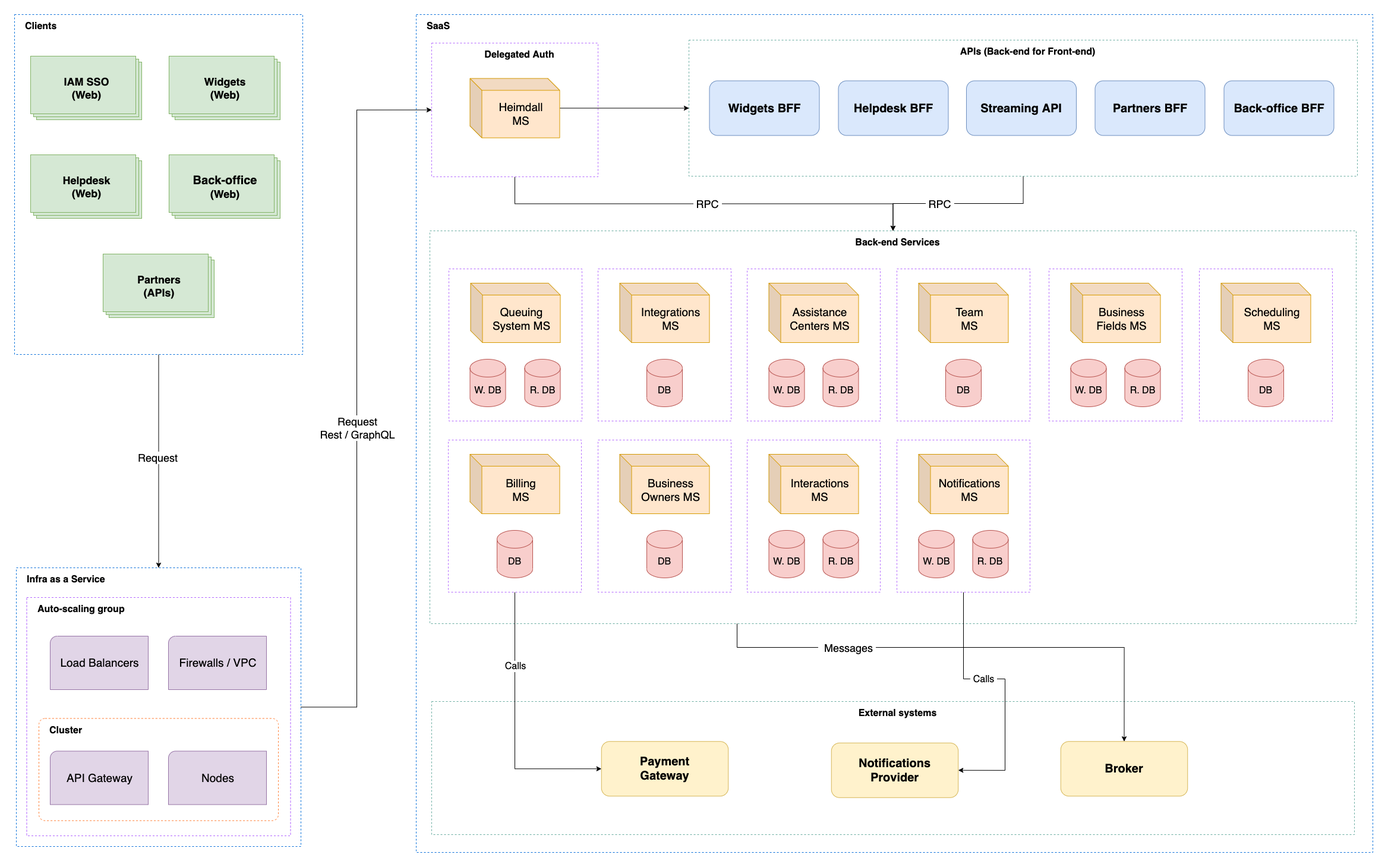
The draw.io diagram docs/diagrams/high-level-architecture.png in turnly/turnly, before a commit. Source tidied: cells renumbered, new cells last; positions are measured from the earlier drawing's top-left corner, leaving out a move shared by most shapes.
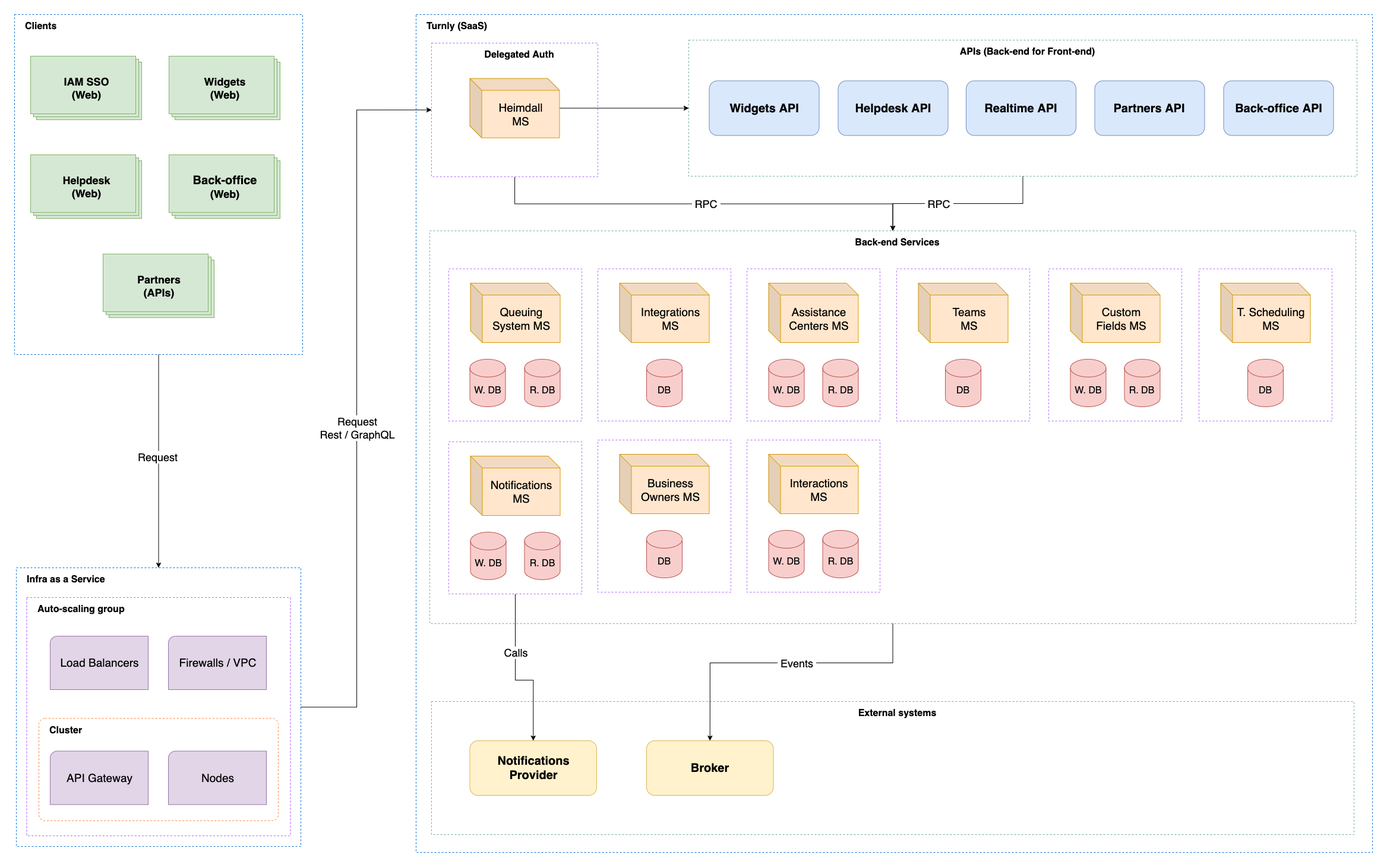
The same diagram one commit later.

Commit message:
docs: update architecture diagram

Change to the diagram source:
```diff
@@ -47,7 +47,7 @@
     <mxCell id="16" value="API Gateway" style="verticalLabelPosition=middle;verticalAlign=middle;html=1;shape=mxgraph.basic.corner_round_rect;dx=6;rounded=0;shadow=0;glass=0;sketch=0;fontSize=19;fillColor=#e1d5e7;strokeColor=#9673a6;labelPosition=center;align=center;" parent="1" vertex="1">
       <mxGeometry x="60" y="1239.5" width="165" height="90" as="geometry" />
     </mxCell>
-    <mxCell id="17" value="SaaS" style="rounded=0;arcSize=6;whiteSpace=wrap;html=1;align=left;fontSize=16;verticalAlign=top;spacingLeft=16;fontStyle=1;strokeColor=#006CD9;dashed=1;spacingTop=4;" parent="1" vertex="1">
+    <mxCell id="17" value="Turnly (SaaS)" style="rounded=0;arcSize=6;whiteSpace=wrap;html=1;align=left;fontSize=16;verticalAlign=top;spacingLeft=16;fontStyle=1;strokeColor=#006CD9;dashed=1;spacingTop=4;" parent="1" vertex="1">
       <mxGeometry x="676" width="1610" height="1410" as="geometry" />
     </mxCell>
     <mxCell id="18" value="Back-end Services" style="rounded=0;arcSize=11;whiteSpace=wrap;html=1;align=center;fontSize=16;verticalAlign=top;spacingLeft=16;fontStyle=1;dashed=1;spacingTop=4;strokeColor=#67AB9F;" parent="1" vertex="1">
@@ -64,16 +64,16 @@
     <mxCell id="21" value="APIs (Back-end for Front-end)" style="rounded=0;arcSize=11;whiteSpace=wrap;html=1;align=center;fontSize=16;verticalAlign=top;spacingLeft=16;fontStyle=1;dashed=1;spacingTop=4;strokeColor=#67AB9F;" parent="1" vertex="1">
       <mxGeometry x="1135" y="43" width="1125" height="229" as="geometry" />
     </mxCell>
-    <mxCell id="22" value="Widgets BFF" style="rounded=1;whiteSpace=wrap;html=1;shadow=0;glass=0;sketch=0;fillColor=#dae8fc;strokeColor=#6c8ebf;fontSize=20;fontStyle=1;spacingTop=0;" parent="1" vertex="1">
+    <mxCell id="22" value="Widgets API" style="rounded=1;whiteSpace=wrap;html=1;shadow=0;glass=0;sketch=0;fillColor=#dae8fc;strokeColor=#6c8ebf;fontSize=20;fontStyle=1;spacingTop=0;" parent="1" vertex="1">
       <mxGeometry x="1169.5" y="111.5" width="185" height="92" as="geometry" />
     </mxCell>
-    <mxCell id="23" value="Helpdesk BFF" style="rounded=1;whiteSpace=wrap;html=1;shadow=0;glass=0;sketch=0;fillColor=#dae8fc;strokeColor=#6c8ebf;fontSize=20;fontStyle=1;spacingTop=0;" parent="1" vertex="1">
+    <mxCell id="23" value="Helpdesk API" style="rounded=1;whiteSpace=wrap;html=1;shadow=0;glass=0;sketch=0;fillColor=#dae8fc;strokeColor=#6c8ebf;fontSize=20;fontStyle=1;spacingTop=0;" parent="1" vertex="1">
       <mxGeometry x="1386.5" y="111.5" width="185" height="92" as="geometry" />
     </mxCell>
-    <mxCell id="24" value="Streaming API" style="rounded=1;whiteSpace=wrap;html=1;shadow=0;glass=0;sketch=0;fillColor=#dae8fc;strokeColor=#6c8ebf;fontSize=20;fontStyle=1;spacingTop=0;" parent="1" vertex="1">
+    <mxCell id="24" value="Realtime API" style="rounded=1;whiteSpace=wrap;html=1;shadow=0;glass=0;sketch=0;fillColor=#dae8fc;strokeColor=#6c8ebf;fontSize=20;fontStyle=1;spacingTop=0;" parent="1" vertex="1">
       <mxGeometry x="1602" y="111.5" width="185" height="92" as="geometry" />
     </mxCell>
-    <mxCell id="25" value="Partners BFF" style="rounded=1;whiteSpace=wrap;html=1;shadow=0;glass=0;sketch=0;fillColor=#dae8fc;strokeColor=#6c8ebf;fontSize=20;fontStyle=1;spacingTop=0;" parent="1" vertex="1">
+    <mxCell id="25" value="Partners API" style="rounded=1;whiteSpace=wrap;html=1;shadow=0;glass=0;sketch=0;fillColor=#dae8fc;strokeColor=#6c8ebf;fontSize=20;fontStyle=1;spacingTop=0;" parent="1" vertex="1">
       <mxGeometry x="1818.5" y="111.5" width="185" height="92" as="geometry" />
     </mxCell>
     <mxCell id="26" value="External systems" style="rounded=0;arcSize=11;whiteSpace=wrap;html=1;align=center;fontSize=16;verticalAlign=top;spacingLeft=16;fontStyle=1;dashed=1;spacingTop=4;strokeColor=#67AB9F;" parent="1" vertex="1">
@@ -107,14 +107,11 @@
     <mxCell id="33" value="Request&lt;br&gt;Rest / GraphQL" style="edgeLabel;html=1;align=center;verticalAlign=middle;fontSize=18;" parent="32" vertex="1">
       <mxGeometry x="-0.08" relative="1" as="geometry" />
     </mxCell>
-    <mxCell id="34" value="Payment&lt;br&gt;Gateway" style="rounded=1;whiteSpace=wrap;html=1;shadow=0;glass=0;sketch=0;fillColor=#fff2cc;strokeColor=#d6b656;fontSize=20;fontStyle=1;spacingTop=0;" parent="1" vertex="1">
-      <mxGeometry x="987.8" y="1223.2" width="213.5" height="92" as="geometry" />
-    </mxCell>
     <mxCell id="35" value="Notifications&lt;br&gt;Provider" style="rounded=1;whiteSpace=wrap;html=1;shadow=0;glass=0;sketch=0;fillColor=#fff2cc;strokeColor=#d6b656;fontSize=20;fontStyle=1;spacingTop=0;" parent="1" vertex="1">
-      <mxGeometry x="1374.8" y="1225.8" width="213.5" height="92" as="geometry" />
+      <mxGeometry x="766.5" y="1222" width="213.5" height="92" as="geometry" />
     </mxCell>
     <mxCell id="36" value="Broker" style="rounded=1;whiteSpace=wrap;html=1;shadow=0;glass=0;sketch=0;fillColor=#fff2cc;strokeColor=#d6b656;fontSize=20;fontStyle=1;spacingTop=0;" parent="1" vertex="1">
-      <mxGeometry x="1760.8" y="1223.2" width="213.5" height="92" as="geometry" />
+      <mxGeometry x="1064" y="1222" width="213.5" height="92" as="geometry" />
     </mxCell>
     <mxCell id="37" style="rounded=0;arcSize=6;whiteSpace=wrap;html=1;align=left;fontSize=16;verticalAlign=top;spacingLeft=16;fontStyle=1;strokeColor=#B266FF;dashed=1;spacingTop=4;" parent="1" vertex="1">
       <mxGeometry x="731" y="428" width="224" height="256" as="geometry" />
@@ -128,14 +125,14 @@
     <mxCell id="40" style="edgeStyle=orthogonalEdgeStyle;rounded=0;jettySize=auto;html=1;entryX=0.5;entryY=0;entryDx=0;entryDy=0;fontSize=18;" parent="1" edge="1" source="18" target="36">
       <mxGeometry relative="1" as="geometry">
         <Array as="points">
-          <mxPoint x="1216" y="1065" />
-          <mxPoint x="1868" y="1065" />
+          <mxPoint x="1479" y="1091" />
+          <mxPoint x="1171" y="1091" />
         </Array>
       </mxGeometry>
     </mxCell>
-    <mxCell id="41" value="&amp;nbsp; Messages&amp;nbsp;" style="edgeLabel;html=1;align=center;verticalAlign=middle;fontSize=18;" parent="40" vertex="1">
+    <mxCell id="41" value="&amp;nbsp;Events&amp;nbsp;" style="edgeLabel;html=1;align=center;verticalAlign=middle;fontSize=18;" parent="40" vertex="1">
       <mxGeometry x="-0.05" relative="1" as="geometry">
-        <mxPoint x="-179" as="offset" />
+        <mxPoint x="10" as="offset" />
       </mxGeometry>
     </mxCell>
     <mxCell id="42" style="rounded=0;arcSize=6;whiteSpace=wrap;html=1;align=left;fontSize=16;verticalAlign=top;spacingLeft=16;fontStyle=1;strokeColor=#B266FF;dashed=1;spacingTop=4;" parent="1" vertex="1">
@@ -159,7 +156,7 @@
     <mxCell id="48" style="rounded=0;arcSize=6;whiteSpace=wrap;html=1;align=left;fontSize=16;verticalAlign=top;spacingLeft=16;fontStyle=1;strokeColor=#B266FF;dashed=1;spacingTop=4;" parent="1" vertex="1">
       <mxGeometry x="1485" y="428" width="224" height="256" as="geometry" />
     </mxCell>
-    <mxCell id="49" value="&lt;font style=&quot;font-size: 19px;&quot;&gt;Team&lt;br&gt;MS&lt;br&gt;&lt;/font&gt;" style="shape=cube;whiteSpace=wrap;html=1;boundedLbl=1;backgroundOutline=1;darkOpacity=0.05;darkOpacity2=0.1;fontSize=14;fillColor=#ffe6cc;strokeColor=#d79b00;" parent="1" vertex="1">
+    <mxCell id="49" value="&lt;font style=&quot;font-size: 19px;&quot;&gt;Teams&lt;br&gt;MS&lt;br&gt;&lt;/font&gt;" style="shape=cube;whiteSpace=wrap;html=1;boundedLbl=1;backgroundOutline=1;darkOpacity=0.05;darkOpacity2=0.1;fontSize=14;fillColor=#ffe6cc;strokeColor=#d79b00;" parent="1" vertex="1">
       <mxGeometry x="1521.5" y="452" width="151" height="100" as="geometry" />
     </mxCell>
     <mxCell id="50" value="DB" style="shape=cylinder3;whiteSpace=wrap;html=1;boundedLbl=1;backgroundOutline=1;size=15;rounded=0;fontSize=16;strokeColor=#b85450;fillColor=#f8cecc;" parent="1" vertex="1">
@@ -168,7 +165,7 @@
     <mxCell id="51" style="rounded=0;arcSize=6;whiteSpace=wrap;html=1;align=left;fontSize=16;verticalAlign=top;spacingLeft=16;fontStyle=1;strokeColor=#B266FF;dashed=1;spacingTop=4;" parent="1" vertex="1">
       <mxGeometry x="1741" y="428" width="224" height="256" as="geometry" />
     </mxCell>
-    <mxCell id="52" value="&lt;font style=&quot;font-size: 19px;&quot;&gt;Business&lt;br&gt;Fields MS&lt;br&gt;&lt;/font&gt;" style="shape=cube;whiteSpace=wrap;html=1;boundedLbl=1;backgroundOutline=1;darkOpacity=0.05;darkOpacity2=0.1;fontSize=14;fillColor=#ffe6cc;strokeColor=#d79b00;" parent="1" vertex="1">
+    <mxCell id="52" value="&lt;font style=&quot;font-size: 19px;&quot;&gt;Custom&lt;br&gt;Fields MS&lt;br&gt;&lt;/font&gt;" style="shape=cube;whiteSpace=wrap;html=1;boundedLbl=1;backgroundOutline=1;darkOpacity=0.05;darkOpacity2=0.1;fontSize=14;fillColor=#ffe6cc;strokeColor=#d79b00;" parent="1" vertex="1">
       <mxGeometry x="1777.5" y="452" width="151" height="100" as="geometry" />
     </mxCell>
     <mxCell id="53" value="W. DB" style="shape=cylinder3;whiteSpace=wrap;html=1;boundedLbl=1;backgroundOutline=1;size=15;rounded=0;fontSize=16;strokeColor=#b85450;fillColor=#f8cecc;" parent="1" vertex="1">
@@ -177,31 +174,12 @@
     <mxCell id="54" style="rounded=0;arcSize=6;whiteSpace=wrap;html=1;align=left;fontSize=16;verticalAlign=top;spacingLeft=16;fontStyle=1;strokeColor=#B266FF;dashed=1;spacingTop=4;" parent="1" vertex="1">
       <mxGeometry x="1994" y="428" width="224" height="256" as="geometry" />
     </mxCell>
-    <mxCell id="55" value="&lt;span style=&quot;font-size: 19px;&quot;&gt;Scheduling&lt;br&gt;MS&lt;/span&gt;" style="shape=cube;whiteSpace=wrap;html=1;boundedLbl=1;backgroundOutline=1;darkOpacity=0.05;darkOpacity2=0.1;fontSize=14;fillColor=#ffe6cc;strokeColor=#d79b00;" parent="1" vertex="1">
+    <mxCell id="55" value="&lt;span style=&quot;font-size: 19px;&quot;&gt;T. Scheduling&lt;br&gt;MS&lt;/span&gt;" style="shape=cube;whiteSpace=wrap;html=1;boundedLbl=1;backgroundOutline=1;darkOpacity=0.05;darkOpacity2=0.1;fontSize=14;fillColor=#ffe6cc;strokeColor=#d79b00;" parent="1" vertex="1">
       <mxGeometry x="2030.5" y="452" width="151" height="100" as="geometry" />
     </mxCell>
     <mxCell id="56" value="DB" style="shape=cylinder3;whiteSpace=wrap;html=1;boundedLbl=1;backgroundOutline=1;size=15;rounded=0;fontSize=16;strokeColor=#b85450;fillColor=#f8cecc;" parent="1" vertex="1">
       <mxGeometry x="2076" y="580" width="60" height="80" as="geometry" />
     </mxCell>
-    <mxCell id="57" style="edgeStyle=orthogonalEdgeStyle;rounded=0;jettySize=auto;html=1;entryX=0;entryY=0.5;entryDx=0;entryDy=0;fontSize=16;" parent="1" edge="1" source="59" target="34">
-      <mxGeometry relative="1" as="geometry">
-        <Array as="points">
-          <mxPoint x="842" y="1269" />
-        </Array>
-      </mxGeometry>
-    </mxCell>
-    <mxCell id="58" value="Calls" style="edgeLabel;html=1;align=center;verticalAlign=middle;fontSize=16;" parent="57" vertex="1">
-      <mxGeometry x="-0.44" relative="1" as="geometry" />
-    </mxCell>
-    <mxCell id="59" style="rounded=0;arcSize=6;whiteSpace=wrap;html=1;align=left;fontSize=16;verticalAlign=top;spacingLeft=16;fontStyle=1;strokeColor=#B266FF;dashed=1;spacingTop=4;" parent="1" vertex="1">
-      <mxGeometry x="730" y="716" width="224" height="256" as="geometry" />
-    </mxCell>
-    <mxCell id="60" value="&lt;span style=&quot;font-size: 19px;&quot;&gt;Billing&lt;br&gt;MS&lt;/span&gt;" style="shape=cube;whiteSpace=wrap;html=1;boundedLbl=1;backgroundOutline=1;darkOpacity=0.05;darkOpacity2=0.1;fontSize=14;fillColor=#ffe6cc;strokeColor=#d79b00;" parent="1" vertex="1">
-      <mxGeometry x="766.5" y="740" width="151" height="100" as="geometry" />
-    </mxCell>
-    <mxCell id="61" value="DB" style="shape=cylinder3;whiteSpace=wrap;html=1;boundedLbl=1;backgroundOutline=1;size=15;rounded=0;fontSize=16;strokeColor=#b85450;fillColor=#f8cecc;" parent="1" vertex="1">
-      <mxGeometry x="812" y="868" width="60" height="80" as="geometry" />
-    </mxCell>
     <mxCell id="62" style="rounded=0;arcSize=6;whiteSpace=wrap;html=1;align=left;fontSize=16;verticalAlign=top;spacingLeft=16;fontStyle=1;strokeColor=#B266FF;dashed=1;spacingTop=4;" parent="1" vertex="1">
       <mxGeometry x="982" y="716" width="224" height="256" as="geometry" />
     </mxCell>
@@ -220,20 +198,6 @@
     <mxCell id="67" value="W. DB" style="shape=cylinder3;whiteSpace=wrap;html=1;boundedLbl=1;backgroundOutline=1;size=15;rounded=0;fontSize=16;strokeColor=#b85450;fillColor=#f8cecc;" parent="1" vertex="1">
       <mxGeometry x="1269.5" y="868" width="60" height="80" as="geometry" />
     </mxCell>
-    <mxCell id="68" style="edgeStyle=orthogonalEdgeStyle;rounded=0;jettySize=auto;html=1;entryX=1;entryY=0.5;entryDx=0;entryDy=0;fontSize=16;exitX=0.5;exitY=1;exitDx=0;exitDy=0;" parent="1" edge="1" source="74" target="35">
-      <mxGeometry relative="1" as="geometry">
-        <Array as="points">
-          <mxPoint x="1597" y="1118" />
-          <mxPoint x="1667" y="1118" />
-          <mxPoint x="1667" y="1272" />
-        </Array>
-      </mxGeometry>
-    </mxCell>
-    <mxCell id="69" value="&amp;nbsp;Calls&amp;nbsp;" style="edgeLabel;html=1;align=center;verticalAlign=middle;fontSize=16;" parent="68" vertex="1">
-      <mxGeometry x="-0.44" y="3" relative="1" as="geometry">
-        <mxPoint x="30" y="19" as="offset" />
-      </mxGeometry>
-    </mxCell>
     <mxCell id="70" value="R. DB" style="shape=cylinder3;whiteSpace=wrap;html=1;boundedLbl=1;backgroundOutline=1;size=15;rounded=0;fontSize=16;strokeColor=#b85450;fillColor=#f8cecc;" parent="1" vertex="1">
       <mxGeometry x="858.5" y="580" width="60" height="80" as="geometry" />
     </mxCell>
@@ -246,19 +210,32 @@
     <mxCell id="73" value="R. DB" style="shape=cylinder3;whiteSpace=wrap;html=1;boundedLbl=1;backgroundOutline=1;size=15;rounded=0;fontSize=16;strokeColor=#b85450;fillColor=#f8cecc;" parent="1" vertex="1">
       <mxGeometry x="1868.5" y="580" width="60" height="80" as="geometry" />
     </mxCell>
+    <mxCell id="68" style="edgeStyle=orthogonalEdgeStyle;rounded=0;jettySize=auto;html=1;entryX=0.5;entryY=0;entryDx=0;entryDy=0;" parent="1" edge="1" source="74" target="35">
+      <mxGeometry relative="1" as="geometry">
+        <Array as="points">
+          <mxPoint x="843" y="1120" />
+          <mxPoint x="873" y="1120" />
+        </Array>
+      </mxGeometry>
+    </mxCell>
+    <mxCell id="79" value="Calls" style="edgeLabel;html=1;align=center;verticalAlign=middle;fontSize=18;" parent="68" vertex="1">
+      <mxGeometry x="-0.39" relative="1" as="geometry">
+        <mxPoint y="14" as="offset" />
+      </mxGeometry>
+    </mxCell>
     <mxCell id="74" style="rounded=0;arcSize=6;whiteSpace=wrap;html=1;align=left;fontSize=16;verticalAlign=top;spacingLeft=16;fontStyle=1;strokeColor=#B266FF;dashed=1;spacingTop=4;" parent="1" vertex="1">
-      <mxGeometry x="1485" y="716" width="224" height="256" as="geometry" />
+      <mxGeometry x="731" y="719" width="224" height="256" as="geometry" />
     </mxCell>
     <mxCell id="75" value="&lt;span style=&quot;font-size: 19px;&quot;&gt;Notifications&lt;br&gt;MS&lt;/span&gt;" style="shape=cube;whiteSpace=wrap;html=1;boundedLbl=1;backgroundOutline=1;darkOpacity=0.05;darkOpacity2=0.1;fontSize=14;fillColor=#ffe6cc;strokeColor=#d79b00;" parent="1" vertex="1">
-      <mxGeometry x="1521.5" y="740" width="151" height="100" as="geometry" />
+      <mxGeometry x="767.5" y="743" width="151" height="100" as="geometry" />
     </mxCell>
     <mxCell id="76" value="W. DB" style="shape=cylinder3;whiteSpace=wrap;html=1;boundedLbl=1;backgroundOutline=1;size=15;rounded=0;fontSize=16;strokeColor=#b85450;fillColor=#f8cecc;" parent="1" vertex="1">
-      <mxGeometry x="1521.5" y="868" width="60" height="80" as="geometry" />
+      <mxGeometry x="767.5" y="871" width="60" height="80" as="geometry" />
     </mxCell>
     <mxCell id="77" value="R. DB" style="shape=cylinder3;whiteSpace=wrap;html=1;boundedLbl=1;backgroundOutline=1;size=15;rounded=0;fontSize=16;strokeColor=#b85450;fillColor=#f8cecc;" parent="1" vertex="1">
-      <mxGeometry x="1612.5" y="868" width="60" height="80" as="geometry" />
+      <mxGeometry x="858.5" y="871" width="60" height="80" as="geometry" />
     </mxCell>
-    <mxCell id="78" value="Back-office BFF" style="rounded=1;whiteSpace=wrap;html=1;shadow=0;glass=0;sketch=0;fillColor=#dae8fc;strokeColor=#6c8ebf;fontSize=20;fontStyle=1;spacingTop=0;" parent="1" vertex="1">
+    <mxCell id="78" value="Back-office API" style="rounded=1;whiteSpace=wrap;html=1;shadow=0;glass=0;sketch=0;fillColor=#dae8fc;strokeColor=#6c8ebf;fontSize=20;fontStyle=1;spacingTop=0;" parent="1" vertex="1">
       <mxGeometry x="2035.5" y="111.5" width="185" height="92" as="geometry" />
     </mxCell>
   </root>
```
